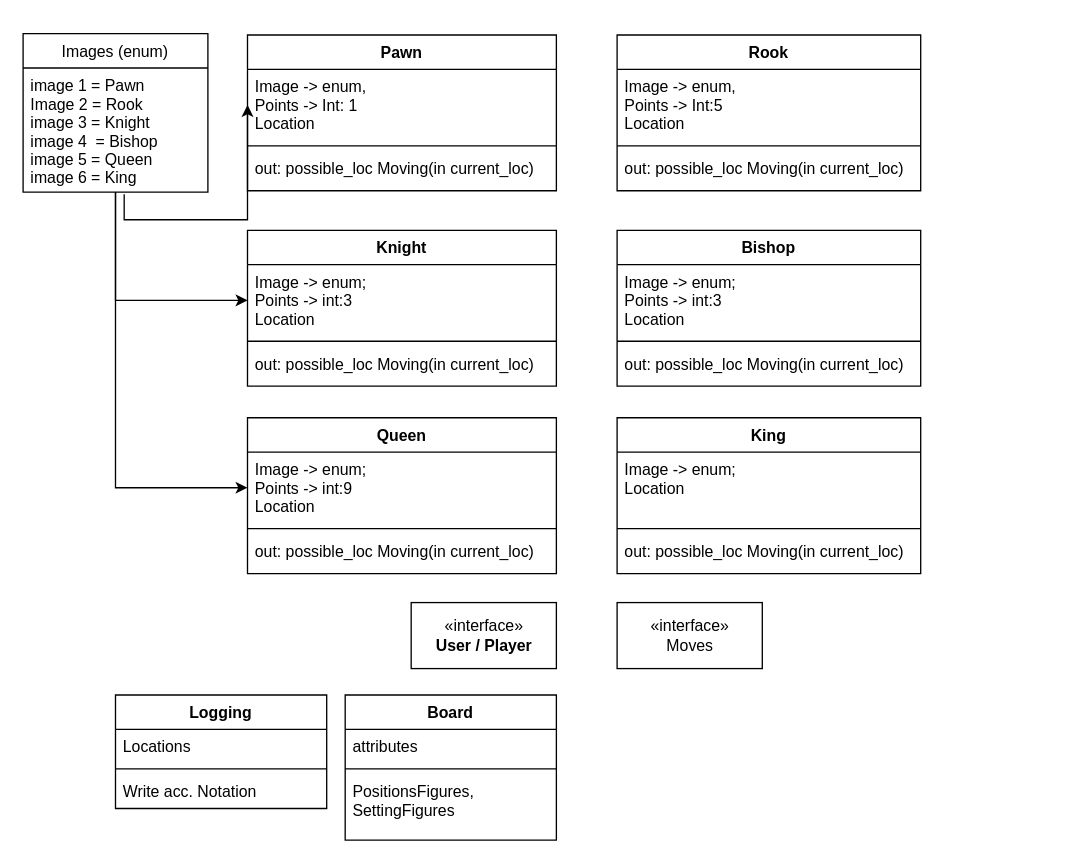
Above: Unbenanntes Diagramm.drawio in Bl8nk20/Chess (draw.io), before the change. Source tidied: cells renumbered, new cells numbered last; positions are measured from the earlier drawing's top-left corner, leaving out a move shared by most shapes. Both pictures are drawn from the tidied source at 132%, with x=0, y=0 at pixel (22, 33).
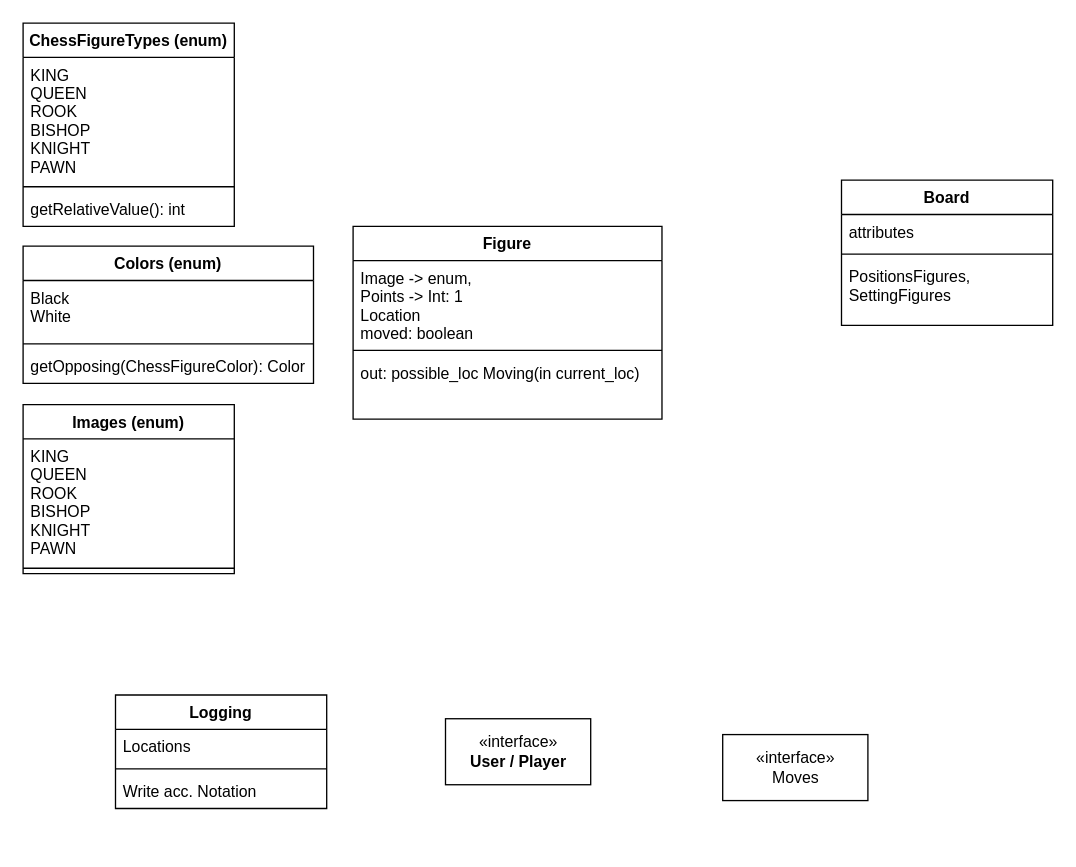
The same page after the edit.

The edit, as a diff of the source:
```diff
@@
     <mxCell id="2" value="Board" style="swimlane;fontStyle=1;align=center;verticalAlign=top;horizontal=1;startSize=26;" parent="1" vertex="1">
-      <mxGeometry x="244" y="501" width="160" height="110" as="geometry" />
+      <mxGeometry x="620" y="111" width="160" height="110" as="geometry" />
     </mxCell>
@@
-    <mxCell id="6" value="Pawn" style="swimlane;fontStyle=1;align=center;verticalAlign=top;horizontal=1;startSize=26;" parent="1" vertex="1">
-      <mxGeometry x="170" y="1" width="234" height="118" as="geometry" />
+    <mxCell id="6" value="Figure" style="swimlane;fontStyle=1;align=center;verticalAlign=top;horizontal=1;startSize=26;" parent="1" vertex="1">
+      <mxGeometry x="250" y="146" width="234" height="146" as="geometry" />
     </mxCell>
-    <mxCell id="7" value="Image -&gt; enum,&#10;Points -&gt; Int: 1&#10;Location&#10;" style="text;strokeColor=none;fillColor=none;align=left;verticalAlign=top;spacingLeft=4;spacingRight=4;overflow=hidden;points=[[0,0.5],[1,0.5]];portConstraint=eastwest;" parent="6" vertex="1">
-      <mxGeometry y="26" width="234" height="54" as="geometry" />
+    <mxCell id="7" value="Image -&gt; enum,&#10;Points -&gt; Int: 1&#10;Location&#10;moved: boolean" style="text;strokeColor=none;fillColor=none;align=left;verticalAlign=top;spacingLeft=4;spacingRight=4;overflow=hidden;points=[[0,0.5],[1,0.5]];portConstraint=eastwest;" parent="6" vertex="1">
+      <mxGeometry y="26" width="234" height="64" as="geometry" />
     </mxCell>
     <mxCell id="8" style="line;strokeWidth=1;fillColor=none;align=left;verticalAlign=middle;spacingTop=-1;spacingLeft=3;spacingRight=3;labelPosition=right;strokeColor=inherit;" parent="6" vertex="1">
-      <mxGeometry y="80" width="234" height="8" as="geometry" />
+      <mxGeometry y="90" width="234" height="8" as="geometry" />
     </mxCell>
     <mxCell id="9" value="out: possible_loc Moving(in current_loc)" style="text;strokeColor=none;fillColor=none;align=left;verticalAlign=top;spacingLeft=4;spacingRight=4;overflow=hidden;" parent="6" vertex="1">
-      <mxGeometry y="88" width="234" height="30" as="geometry" />
+      <mxGeometry y="98" width="234" height="48" as="geometry" />
     </mxCell>
-    <mxCell id="10" value="Rook" style="swimlane;fontStyle=1;align=center;verticalAlign=top;horizontal=1;startSize=26;" parent="1" vertex="1">
-      <mxGeometry x="450" y="1" width="230" height="118" as="geometry" />
-    </mxCell>
-    <mxCell id="11" value="Image -&gt; enum,&#10;Points -&gt; Int:5&#10;Location&#10;" style="text;strokeColor=none;fillColor=none;align=left;verticalAlign=top;spacingLeft=4;spacingRight=4;overflow=hidden;" parent="10" vertex="1">
-      <mxGeometry y="26" width="230" height="54" as="geometry" />
-    </mxCell>
-    <mxCell id="12" style="line;strokeWidth=1;fillColor=none;align=left;verticalAlign=middle;spacingTop=-1;spacingLeft=3;spacingRight=3;labelPosition=right;strokeColor=inherit;" parent="10" vertex="1">
-      <mxGeometry y="80" width="230" height="8" as="geometry" />
-    </mxCell>
-    <mxCell id="13" value="out: possible_loc Moving(in current_loc)&#10;" style="text;strokeColor=none;fillColor=none;align=left;verticalAlign=top;spacingLeft=4;spacingRight=4;overflow=hidden;" parent="10" vertex="1">
-      <mxGeometry y="88" width="230" height="30" as="geometry" />
-    </mxCell>
-    <mxCell id="14" value="Knight" style="swimlane;fontStyle=1;align=center;verticalAlign=top;horizontal=1;startSize=26;" parent="1" vertex="1">
-      <mxGeometry x="170" y="149" width="234" height="118" as="geometry" />
-    </mxCell>
-    <mxCell id="15" value="Image -&gt; enum;&#10;Points -&gt; int:3&#10;Location&#10;" style="text;strokeColor=none;fillColor=none;align=left;verticalAlign=top;spacingLeft=4;spacingRight=4;overflow=hidden;points=[[0,0.5],[1,0.5]];portConstraint=eastwest;" parent="14" vertex="1">
-      <mxGeometry y="26" width="234" height="54" as="geometry" />
-    </mxCell>
-    <mxCell id="16" style="line;strokeWidth=1;fillColor=none;align=left;verticalAlign=middle;spacingTop=-1;spacingLeft=3;spacingRight=3;labelPosition=right;strokeColor=inherit;" parent="14" vertex="1">
-      <mxGeometry y="80" width="234" height="8" as="geometry" />
-    </mxCell>
-    <mxCell id="17" value="out: possible_loc Moving(in current_loc)&#10;" style="text;strokeColor=none;fillColor=none;align=left;verticalAlign=top;spacingLeft=4;spacingRight=4;overflow=hidden;" parent="14" vertex="1">
-      <mxGeometry y="88" width="234" height="30" as="geometry" />
-    </mxCell>
-    <mxCell id="18" value="Queen" style="swimlane;fontStyle=1;align=center;verticalAlign=top;horizontal=1;startSize=26;" parent="1" vertex="1">
-      <mxGeometry x="170" y="291" width="234" height="118" as="geometry" />
-    </mxCell>
-    <mxCell id="19" value="Image -&gt; enum;&#10;Points -&gt; int:9&#10;Location&#10;" style="text;strokeColor=none;fillColor=none;align=left;verticalAlign=top;spacingLeft=4;spacingRight=4;overflow=hidden;points=[[0,0.5],[1,0.5]];portConstraint=eastwest;" parent="18" vertex="1">
-      <mxGeometry y="26" width="234" height="54" as="geometry" />
-    </mxCell>
-    <mxCell id="20" style="line;strokeWidth=1;fillColor=none;align=left;verticalAlign=middle;spacingTop=-1;spacingLeft=3;spacingRight=3;labelPosition=right;strokeColor=inherit;" parent="18" vertex="1">
-      <mxGeometry y="80" width="234" height="8" as="geometry" />
-    </mxCell>
-    <mxCell id="21" value="out: possible_loc Moving(in current_loc)" style="text;strokeColor=none;fillColor=none;align=left;verticalAlign=top;spacingLeft=4;spacingRight=4;overflow=hidden;" parent="18" vertex="1">
-      <mxGeometry y="88" width="234" height="30" as="geometry" />
-    </mxCell>
-    <mxCell id="22" value="King" style="swimlane;fontStyle=1;align=center;verticalAlign=top;horizontal=1;startSize=26;" parent="1" vertex="1">
-      <mxGeometry x="450" y="291" width="230" height="118" as="geometry" />
-    </mxCell>
-    <mxCell id="23" value="Image -&gt; enum;&#10;Location&#10;" style="text;strokeColor=none;fillColor=none;align=left;verticalAlign=top;spacingLeft=4;spacingRight=4;overflow=hidden;" parent="22" vertex="1">
-      <mxGeometry y="26" width="230" height="54" as="geometry" />
-    </mxCell>
-    <mxCell id="24" style="line;strokeWidth=1;fillColor=none;align=left;verticalAlign=middle;spacingTop=-1;spacingLeft=3;spacingRight=3;labelPosition=right;strokeColor=inherit;" parent="22" vertex="1">
-      <mxGeometry y="80" width="230" height="8" as="geometry" />
-    </mxCell>
-    <mxCell id="25" value="out: possible_loc Moving(in current_loc)" style="text;strokeColor=none;fillColor=none;align=left;verticalAlign=top;spacingLeft=4;spacingRight=4;overflow=hidden;" parent="22" vertex="1">
-      <mxGeometry y="88" width="230" height="30" as="geometry" />
-    </mxCell>
-    <mxCell id="26" value="Bishop" style="swimlane;fontStyle=1;align=center;verticalAlign=top;horizontal=1;startSize=26;" parent="1" vertex="1">
-      <mxGeometry x="450" y="149" width="230" height="118" as="geometry" />
-    </mxCell>
-    <mxCell id="27" value="Image -&gt; enum;&#10;Points -&gt; int:3&#10;Location&#10;" style="text;strokeColor=none;fillColor=none;align=left;verticalAlign=top;spacingLeft=4;spacingRight=4;overflow=hidden;" parent="26" vertex="1">
-      <mxGeometry y="26" width="230" height="54" as="geometry" />
-    </mxCell>
-    <mxCell id="28" style="line;strokeWidth=1;fillColor=none;align=left;verticalAlign=middle;spacingTop=-1;spacingLeft=3;spacingRight=3;labelPosition=right;strokeColor=inherit;" parent="26" vertex="1">
-      <mxGeometry y="80" width="230" height="8" as="geometry" />
-    </mxCell>
-    <mxCell id="29" value="out: possible_loc Moving(in current_loc)" style="text;strokeColor=none;fillColor=none;align=left;verticalAlign=top;spacingLeft=4;spacingRight=4;overflow=hidden;" parent="26" vertex="1">
-      <mxGeometry y="88" width="230" height="30" as="geometry" />
-    </mxCell>
-    <mxCell id="30" style="edgeStyle=elbowEdgeStyle;rounded=0;jettySize=auto;html=1;exitX=0.5;exitY=1;exitDx=0;exitDy=0;entryX=0;entryY=0.5;entryDx=0;entryDy=0;" parent="1" edge="1" source="32" target="19">
-      <mxGeometry relative="1" as="geometry">
-        <Array as="points">
-          <mxPoint x="70" y="231" />
-        </Array>
-      </mxGeometry>
-    </mxCell>
-    <mxCell id="31" style="edgeStyle=elbowEdgeStyle;rounded=0;jettySize=auto;html=1;entryX=0;entryY=0.5;entryDx=0;entryDy=0;" parent="1" edge="1" source="32" target="15">
-      <mxGeometry relative="1" as="geometry">
-        <Array as="points">
-          <mxPoint x="70" y="211" />
-        </Array>
-      </mxGeometry>
-    </mxCell>
-    <mxCell id="32" value="Images (enum)" style="swimlane;fontStyle=0;horizontal=1;startSize=26;fillColor=none;" parent="1" vertex="1">
-      <mxGeometry width="140" height="120" as="geometry" />
-    </mxCell>
-    <mxCell id="33" value="image 1 = Pawn&#10;Image 2 = Rook&#10;image 3 = Knight&#10;image 4  = Bishop&#10;image 5 = Queen&#10;image 6 = King" style="text;strokeColor=none;fillColor=none;align=left;verticalAlign=top;spacingLeft=4;spacingRight=4;overflow=hidden;points=[[0,0.5],[1,0.5]];portConstraint=eastwest;" parent="32" vertex="1">
-      <mxGeometry y="26" width="140" height="94" as="geometry" />
-    </mxCell>
     <mxCell id="34" value="&lt;div&gt;«interface»&lt;/div&gt;Moves" style="html=1;" parent="1" vertex="1">
-      <mxGeometry x="450" y="431" width="110" height="50" as="geometry" />
+      <mxGeometry x="530" y="531" width="110" height="50" as="geometry" />
     </mxCell>
     <mxCell id="35" value="&lt;div&gt;«interface»&lt;/div&gt;&lt;div&gt;&lt;b&gt;User / Player&lt;/b&gt;&lt;/div&gt;" style="html=1;" parent="1" vertex="1">
-      <mxGeometry x="294" y="431" width="110" height="50" as="geometry" />
+      <mxGeometry x="320" y="519" width="110" height="50" as="geometry" />
     </mxCell>
@@
-    <mxCell id="40" style="edgeStyle=elbowEdgeStyle;rounded=0;jettySize=auto;html=1;exitX=0.547;exitY=1.018;exitDx=0;exitDy=0;entryX=0;entryY=0.5;entryDx=0;entryDy=0;exitPerimeter=0;" parent="1" edge="1" source="33" target="7">
-      <mxGeometry relative="1" as="geometry">
-        <Array as="points">
-          <mxPoint x="70" y="141" />
-          <mxPoint x="70" y="171" />
-        </Array>
-      </mxGeometry>
-    </mxCell>
+    <mxCell id="32" value="Images (enum)" style="swimlane;fontStyle=1;align=center;verticalAlign=top;horizontal=1;startSize=26;" parent="1" vertex="1">
+      <mxGeometry y="281" width="160" height="128" as="geometry" />
+    </mxCell>
+    <mxCell id="41" value="KING&#10;QUEEN&#10;ROOK&#10;BISHOP&#10;KNIGHT&#10;PAWN&#10;" style="text;strokeColor=none;fillColor=none;align=left;verticalAlign=top;spacingLeft=4;spacingRight=4;overflow=hidden;" parent="32" vertex="1">
+      <mxGeometry y="26" width="160" height="94" as="geometry" />
+    </mxCell>
+    <mxCell id="42" style="line;strokeWidth=1;fillColor=none;align=left;verticalAlign=middle;spacingTop=-1;spacingLeft=3;spacingRight=3;labelPosition=right;strokeColor=inherit;" parent="32" vertex="1">
+      <mxGeometry y="120" width="160" height="8" as="geometry" />
+    </mxCell>
+    <mxCell id="43" value="ChessFigureTypes (enum)" style="swimlane;fontStyle=1;align=center;verticalAlign=top;horizontal=1;startSize=26;" parent="1" vertex="1">
+      <mxGeometry y="-8" width="160" height="154" as="geometry" />
+    </mxCell>
+    <mxCell id="44" value="KING&#10;QUEEN&#10;ROOK&#10;BISHOP&#10;KNIGHT&#10;PAWN&#10;" style="text;strokeColor=none;fillColor=none;align=left;verticalAlign=top;spacingLeft=4;spacingRight=4;overflow=hidden;" parent="43" vertex="1">
+      <mxGeometry y="26" width="160" height="94" as="geometry" />
+    </mxCell>
+    <mxCell id="45" style="line;strokeWidth=1;fillColor=none;align=left;verticalAlign=middle;spacingTop=-1;spacingLeft=3;spacingRight=3;labelPosition=right;strokeColor=inherit;" parent="43" vertex="1">
+      <mxGeometry y="120" width="160" height="8" as="geometry" />
+    </mxCell>
+    <mxCell id="46" value="getRelativeValue(): int" style="text;strokeColor=none;fillColor=none;align=left;verticalAlign=top;spacingLeft=4;spacingRight=4;overflow=hidden;" parent="43" vertex="1">
+      <mxGeometry y="128" width="160" height="26" as="geometry" />
+    </mxCell>
+    <mxCell id="47" value="Colors (enum)" style="swimlane;fontStyle=1;align=center;verticalAlign=top;horizontal=1;startSize=26;" parent="1" vertex="1">
+      <mxGeometry y="161" width="220" height="104" as="geometry" />
+    </mxCell>
+    <mxCell id="48" value="Black&#10;White&#10;" style="text;strokeColor=none;fillColor=none;align=left;verticalAlign=top;spacingLeft=4;spacingRight=4;overflow=hidden;" parent="47" vertex="1">
+      <mxGeometry y="26" width="220" height="44" as="geometry" />
+    </mxCell>
+    <mxCell id="49" style="line;strokeWidth=1;fillColor=none;align=left;verticalAlign=middle;spacingTop=-1;spacingLeft=3;spacingRight=3;labelPosition=right;strokeColor=inherit;" parent="47" vertex="1">
+      <mxGeometry y="70" width="220" height="8" as="geometry" />
+    </mxCell>
+    <mxCell id="50" value="getOpposing(ChessFigureColor): Color " style="text;strokeColor=none;fillColor=none;align=left;verticalAlign=top;spacingLeft=4;spacingRight=4;overflow=hidden;" parent="47" vertex="1">
+      <mxGeometry y="78" width="220" height="26" as="geometry" />
+    </mxCell>
```
